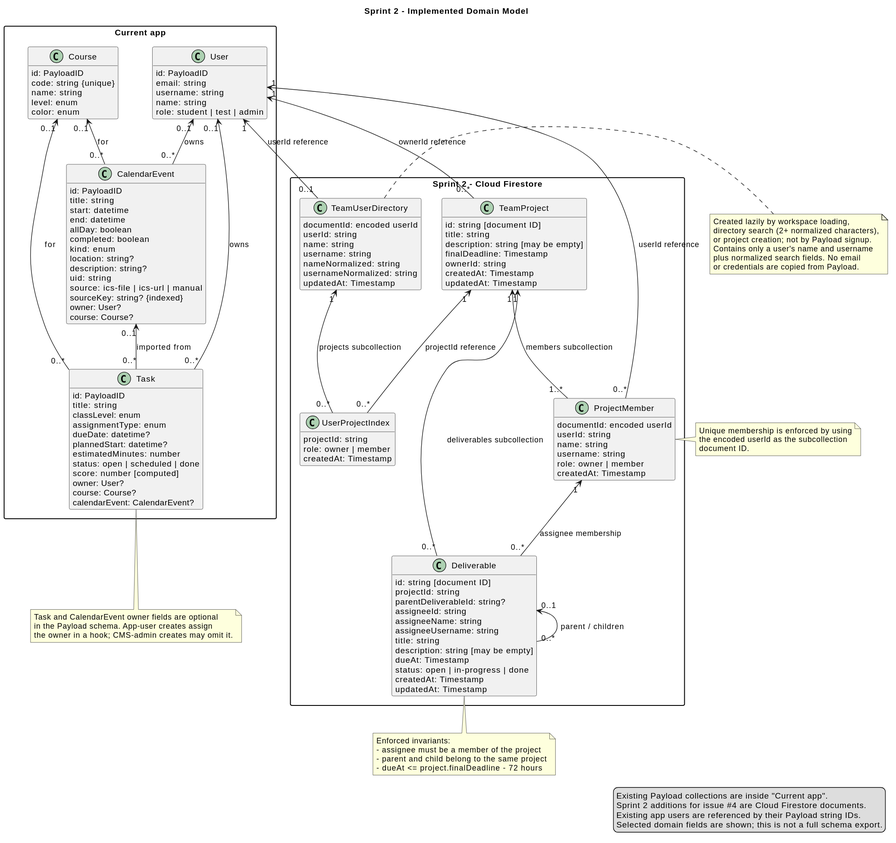
Above: docs/uml/sprint-2-data-model.svg in sai2005-1/AI-AssistedPlanningApp (PlantUML), before the change.
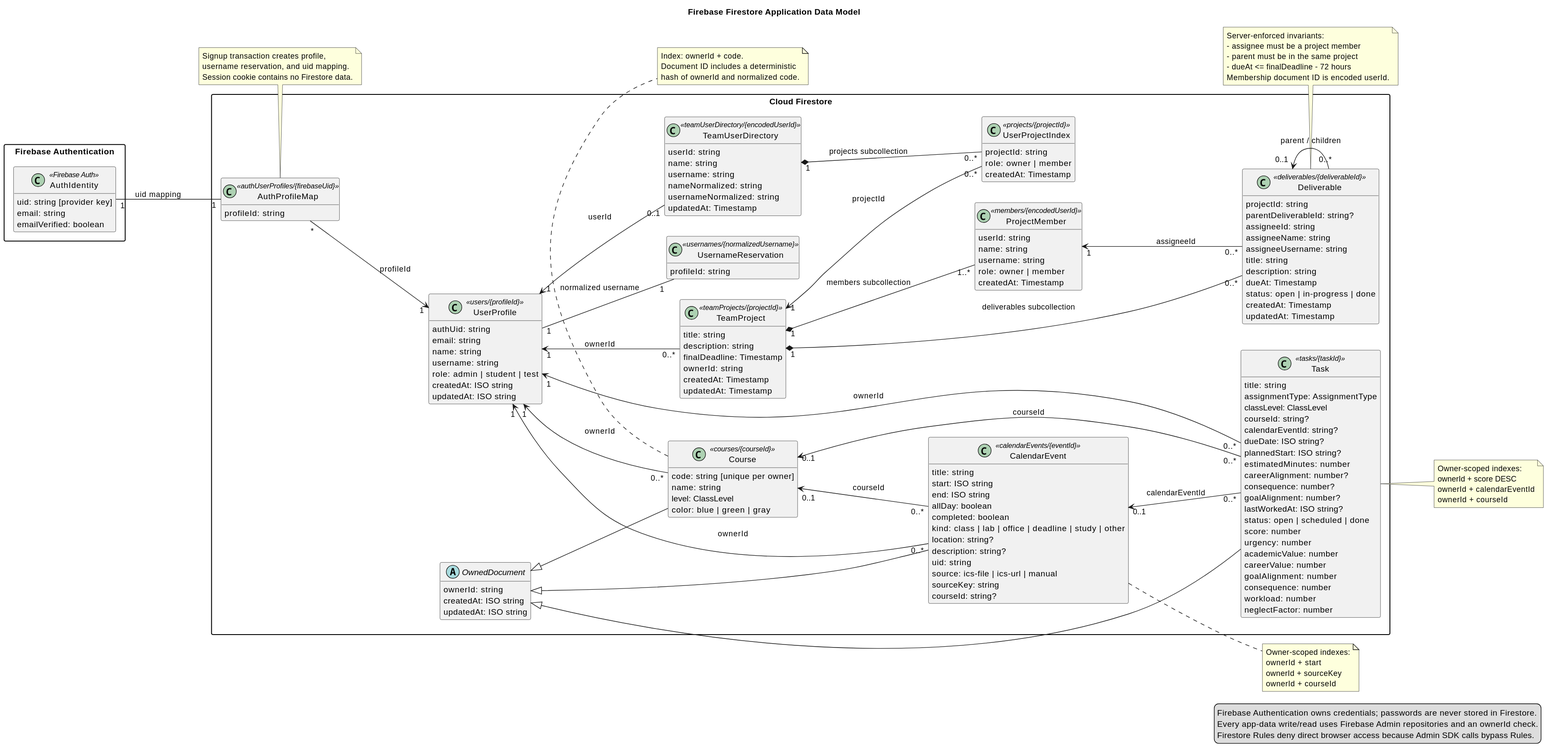
After the commit.

Commit message:
Updated uml diagrams to match firebase migration

The edit, as a diff of the source:
```diff
@@ -1,80 +1,106 @@
 @startuml
-title Sprint 2 - Implemented Domain Model
+title Firebase Firestore Application Data Model
 hide methods
+left to right direction
 skinparam classAttributeIconSize 0
 skinparam shadowing false
 skinparam packageStyle rectangle
 
 legend right
-  Existing Payload collections are inside "Current app".
-  Sprint 2 additions for issue #4 are Cloud Firestore documents.
-  Existing app users are referenced by their Payload string IDs.
-  Selected domain fields are shown; this is not a full schema export.
+  Firebase Authentication owns credentials; passwords are never stored in Firestore.
+  Every app-data write/read uses Firebase Admin repositories and an ownerId check.
+  Firestore Rules deny direct browser access because Admin SDK calls bypass Rules.
 endlegend
 
-package "Current app" {
-  class User {
-    id: PayloadID
+package "Firebase Authentication" {
+  class AuthIdentity <<Firebase Auth>> {
+    uid: string [provider key]
     email: string
-    username: string
-    name: string
-    role: student | test | admin
+    emailVerified: boolean
+  }
+}
+
+package "Cloud Firestore" {
+  abstract class OwnedDocument {
+    ownerId: string
+    createdAt: ISO string
+    updatedAt: ISO string
   }
 
-  class Course {
-    id: PayloadID
-    code: string {unique}
+  class UserProfile <<users/{profileId}>> {
+    authUid: string
+    email: string
     name: string
-    level: enum
-    color: enum
+    username: string
+    role: admin | student | test
+    createdAt: ISO string
+    updatedAt: ISO string
   }
 
-  class Task {
-    id: PayloadID
-    title: string
-    classLevel: enum
-    assignmentType: enum
-    dueDate: datetime?
-    plannedStart: datetime?
-    estimatedMinutes: number
-    status: open | scheduled | done
-    score: number [computed]
-    owner: User?
-    course: Course?
-    calendarEvent: CalendarEvent?
+  class UsernameReservation <<usernames/{normalizedUsername}>> {
+    profileId: string
   }
 
-  class CalendarEvent {
-    id: PayloadID
+  class AuthProfileMap <<authUserProfiles/{firebaseUid}>> {
+    profileId: string
+  }
+
+  class Course <<courses/{courseId}>> {
+    code: string [unique per owner]
+    name: string
+    level: ClassLevel
+    color: blue | green | gray
+  }
+
+  class Task <<tasks/{taskId}>> {
     title: string
-    start: datetime
-    end: datetime
+    assignmentType: AssignmentType
+    classLevel: ClassLevel
+    courseId: string?
+    calendarEventId: string?
+    dueDate: ISO string?
+    plannedStart: ISO string?
+    estimatedMinutes: number
+    careerAlignment: number?
+    consequence: number?
+    goalAlignment: number?
+    lastWorkedAt: ISO string?
+    status: open | scheduled | done
+    score: number
+    urgency: number
+    academicValue: number
+    careerValue: number
+    goalAlignment: number
+    consequence: number
+    workload: number
+    neglectFactor: number
+  }
+
+  class CalendarEvent <<calendarEvents/{eventId}>> {
+    title: string
+    start: ISO string
+    end: ISO string
     allDay: boolean
     completed: boolean
-    kind: enum
+    kind: class | lab | office | deadline | study | other
     location: string?
     description: string?
     uid: string
     source: ics-file | ics-url | manual
-    sourceKey: string? {indexed}
-    owner: User?
-    course: Course?
+    sourceKey: string
+    courseId: string?
   }
-}
 
-package "Sprint 2 - Cloud Firestore" {
-  class TeamProject {
-    id: string [document ID]
+  class TeamProject <<teamProjects/{projectId}>> {
     title: string
-    description: string [may be empty]
+    description: string
     finalDeadline: Timestamp
     ownerId: string
     createdAt: Timestamp
     updatedAt: Timestamp
   }
 
-  class ProjectMember {
-    documentId: encoded userId
+  class ProjectMember <<members/{encodedUserId}>> {
     userId: string
     name: string
     username: string
@@ -82,23 +108,21 @@
     createdAt: Timestamp
   }
 
-  class Deliverable {
-    id: string [document ID]
+  class Deliverable <<deliverables/{deliverableId}>> {
     projectId: string
     parentDeliverableId: string?
     assigneeId: string
     assigneeName: string
     assigneeUsername: string
     title: string
-    description: string [may be empty]
+    description: string
     dueAt: Timestamp
     status: open | in-progress | done
     createdAt: Timestamp
     updatedAt: Timestamp
   }
 
-  class TeamUserDirectory {
-    documentId: encoded userId
+  class TeamUserDirectory <<teamUserDirectory/{encodedUserId}>> {
     userId: string
     name: string
     username: string
@@ -107,54 +131,65 @@
     updatedAt: Timestamp
   }
 
-  class UserProjectIndex {
+  class UserProjectIndex <<projects/{projectId}>> {
     projectId: string
     role: owner | member
     createdAt: Timestamp
   }
 }
 
-User "0..1" <-- "0..*" Task : owns
-Course "0..1" <-- "0..*" Task : for
-CalendarEvent "0..1" <-- "0..*" Task : imported from
-User "0..1" <-- "0..*" CalendarEvent : owns
-Course "0..1" <-- "0..*" CalendarEvent : for
+OwnedDocument <|-- Course
+OwnedDocument <|-- Task
+OwnedDocument <|-- CalendarEvent
+AuthIdentity "1" -- "1" AuthProfileMap : uid mapping
+AuthProfileMap "*" --> "1" UserProfile : profileId
+UserProfile "1" -- "1" UsernameReservation : normalized username
+Course "0..1" <-- "0..*" Task : courseId
+CalendarEvent "0..1" <-- "0..*" Task : calendarEventId
+Course "0..1" <-- "0..*" CalendarEvent : courseId
+UserProfile "1" <-- "0..*" Course : ownerId
+UserProfile "1" <-- "0..*" Task : ownerId
+UserProfile "1" <-- "0..*" CalendarEvent : ownerId
+UserProfile "1" <-- "0..*" TeamProject : ownerId
+TeamProject "1" *-- "1..*" ProjectMember : members subcollection
+TeamProject "1" *-- "0..*" Deliverable : deliverables subcollection
+ProjectMember "1" <-- "0..*" Deliverable : assigneeId
+Deliverable "0..1" <-- "0..*" Deliverable : parent / children
+UserProfile "1" <-- "0..1" TeamUserDirectory : userId
+TeamUserDirectory "1" *-- "0..*" UserProjectIndex : projects subcollection
+TeamProject "1" <-- "0..*" UserProjectIndex : projectId
 
-User "1" <-- "0..*" TeamProject : ownerId reference
-TeamProject "1" <-- "1..*" ProjectMember : members subcollection
-User "1" <-- "0..*" ProjectMember : userId reference
-TeamProject "1" <-- "0..*" Deliverable : deliverables subcollection
-Deliverable "0..1" <-- "0..*" Deliverable : parent / children
-ProjectMember "1" <-- "0..*" Deliverable : assignee membership
-User "1" <-- "0..1" TeamUserDirectory : userId reference
-TeamUserDirectory "1" <-- "0..*" UserProjectIndex : projects subcollection
-TeamProject "1" <-- "0..*" UserProjectIndex : projectId reference
+note right of Task
+  Owner-scoped indexes:
+  ownerId + score DESC
+  ownerId + calendarEventId
+  ownerId + courseId
+end note
+
+note right of CalendarEvent
+  Owner-scoped indexes:
+  ownerId + start
+  ownerId + sourceKey
+  ownerId + courseId
+end note
+
+note bottom of Course
+  Index: ownerId + code.
+  Document ID includes a deterministic
+  hash of ownerId and normalized code.
+end note
 
 note bottom of Deliverable
-  Enforced invariants:
-  - assignee must be a member of the project
-  - parent and child belong to the same project
-  - dueAt <= project.finalDeadline - 72 hours
+  Server-enforced invariants:
+  - assignee must be a project member
+  - parent must be in the same project
+  - dueAt <= finalDeadline - 72 hours
+  Membership document ID is encoded userId.
 end note
 
-note right of ProjectMember
-  Unique membership is enforced by using
-  the encoded userId as the subcollection
-  document ID.
-end note
-
-note right of TeamUserDirectory
-  Created lazily by workspace loading,
-  directory search (2+ normalized characters),
-  or project creation; not by Payload signup.
-  Contains only a user's name and username
-  plus normalized search fields. No email
-  or credentials are copied from Payload.
-end note
-
-note bottom of Task
-  Task and CalendarEvent owner fields are optional
-  in the Payload schema. App-user creates assign
-  the owner in a hook; CMS-admin creates may omit it.
+note bottom of AuthProfileMap
+  Signup transaction creates profile,
+  username reservation, and uid mapping.
+  Session cookie contains no Firestore data.
 end note
 @enduml
```
